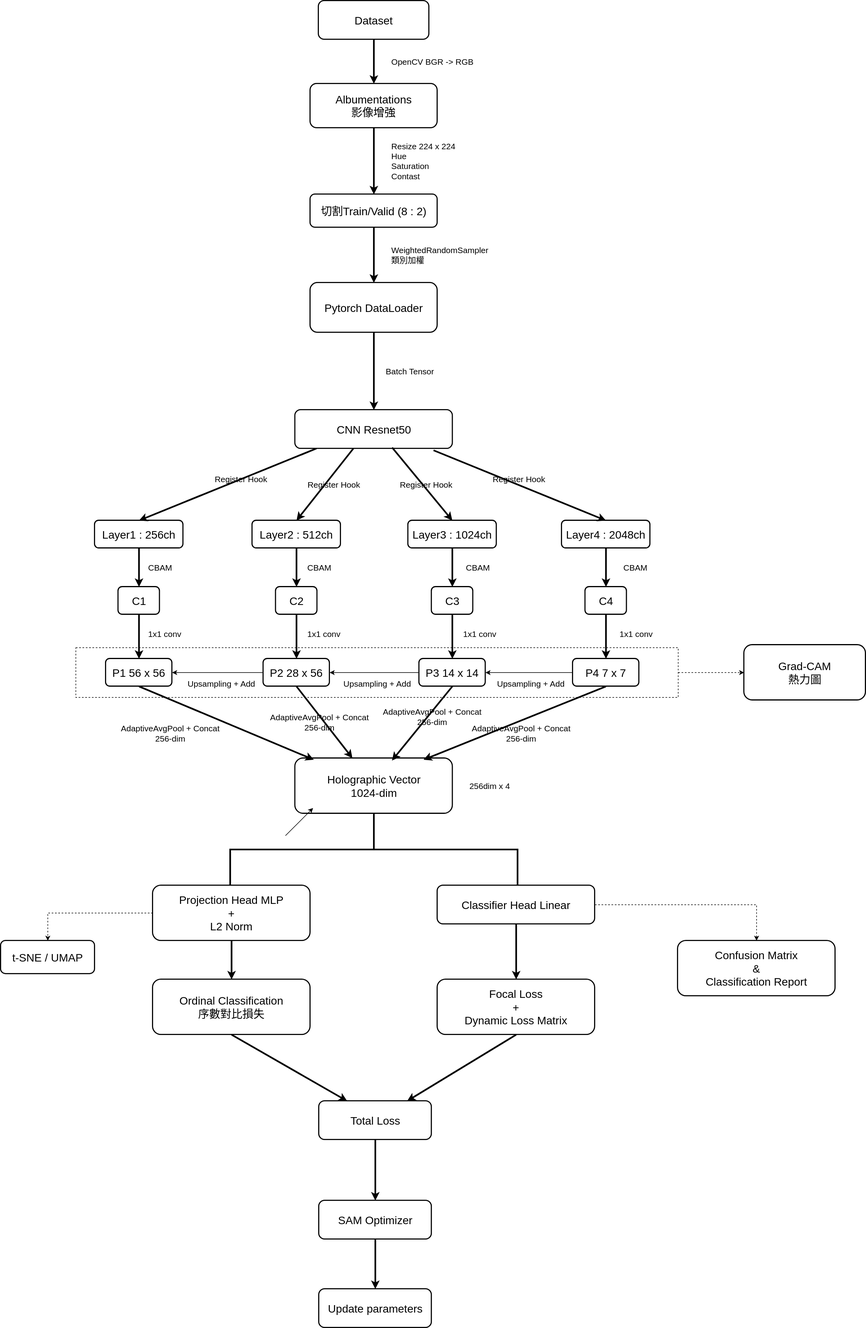
VicLiu12/Pressure-detection keeps this draw.io diagram as notebook/architecture.drawio.svg. Above is the earlier version. Source tidied: cells renumbered, new cells last; positions are measured from the earlier drawing's top-left corner, leaving out a move shared by most shapes.
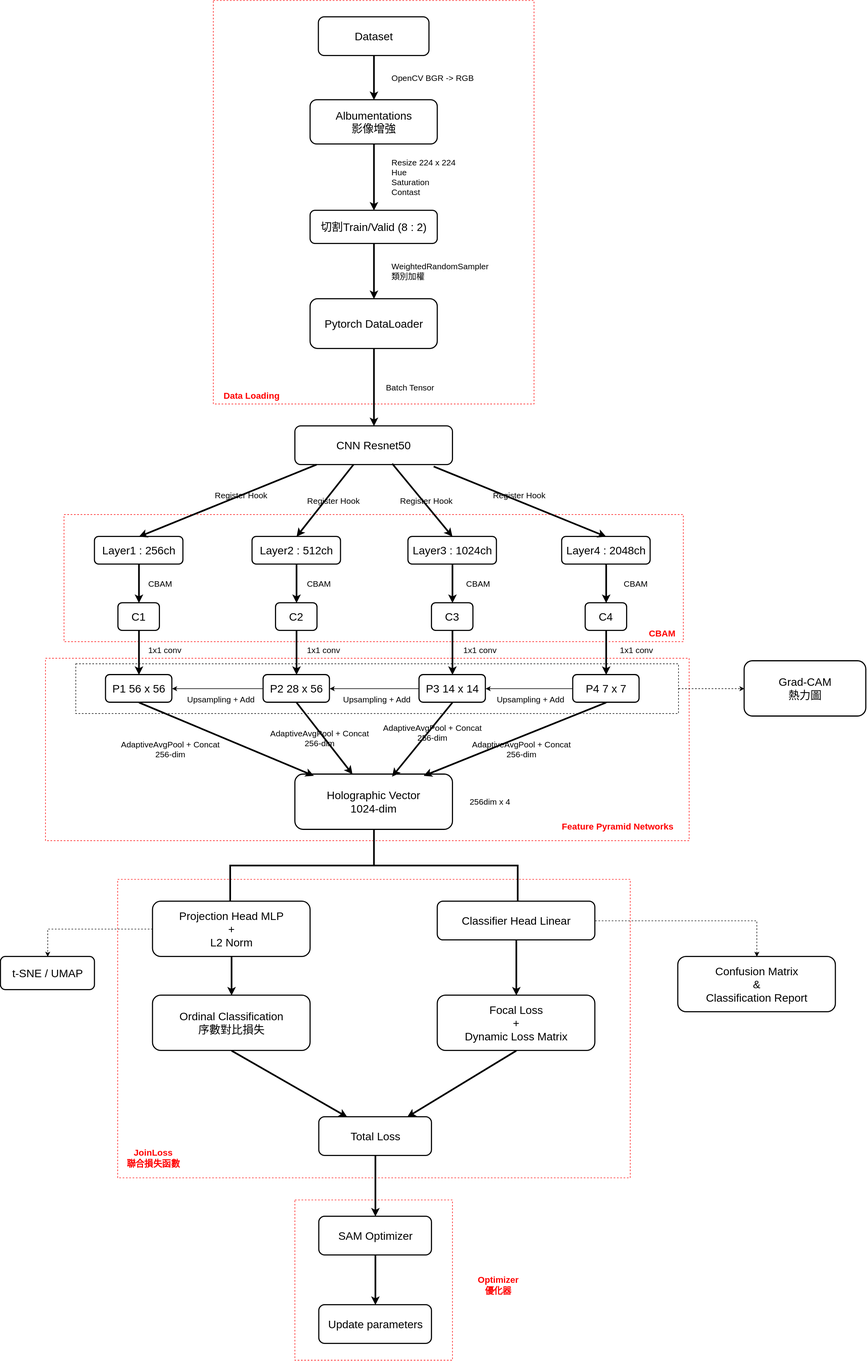
After the change.

What changed in the source:
```diff
@@ -2,6 +2,21 @@
   <root>
     <mxCell id="0" />
     <mxCell id="1" parent="0" />
+    <mxCell id="89" style="rounded=0;whiteSpace=wrap;html=1;dashed=1;fontColor=#FF0000;strokeColor=#FF0000;" parent="1" vertex="1">
+      <mxGeometry x="114.5" y="900" width="1120" height="230" as="geometry" />
+    </mxCell>
+    <mxCell id="90" style="rounded=0;whiteSpace=wrap;html=1;dashed=1;fontColor=#FF0000;strokeColor=#FF0000;" parent="1" vertex="1">
+      <mxGeometry x="384.5" y="-30" width="580" height="730" as="geometry" />
+    </mxCell>
+    <mxCell id="91" style="rounded=0;whiteSpace=wrap;html=1;dashed=1;fontColor=#FF0000;strokeColor=#FF0000;" parent="1" vertex="1">
+      <mxGeometry x="81" y="1160" width="1164" height="330" as="geometry" />
+    </mxCell>
+    <mxCell id="92" style="rounded=0;whiteSpace=wrap;html=1;dashed=1;fontColor=#FF0000;strokeColor=#FF0000;" parent="1" vertex="1">
+      <mxGeometry x="532" y="2140" width="285" height="290" as="geometry" />
+    </mxCell>
+    <mxCell id="93" style="rounded=0;whiteSpace=wrap;html=1;dashed=1;fontColor=#FF0000;strokeColor=#FF0000;" parent="1" vertex="1">
+      <mxGeometry x="211.5" y="1560" width="927" height="540" as="geometry" />
+    </mxCell>
     <mxCell id="2" style="edgeStyle=orthogonalEdgeStyle;rounded=0;jettySize=auto;html=1;entryX=0;entryY=0.5;entryDx=0;entryDy=0;dashed=1;" parent="1" edge="1" source="3" target="88">
       <mxGeometry relative="1" as="geometry" />
     </mxCell>
@@ -248,12 +263,6 @@
     <mxCell id="83" style="strokeWidth=3;html=1;shape=mxgraph.flowchart.annotation_2;align=left;labelPosition=right;rotation=90;" parent="1" vertex="1">
       <mxGeometry x="610" y="1275" width="130" height="520" as="geometry" />
     </mxCell>
-    <mxCell id="84" style="endArrow=classic;html=1;rounded=0;" parent="1" edge="1">
-      <mxGeometry relative="1" as="geometry">
-        <mxPoint x="515" y="1510" as="sourcePoint" />
-        <mxPoint x="565" y="1460" as="targetPoint" />
-      </mxGeometry>
-    </mxCell>
     <mxCell id="85" style="endArrow=classic;html=1;rounded=0;strokeWidth=1;exitX=0;exitY=0.5;exitDx=0;exitDy=0;entryX=0.5;entryY=0;entryDx=0;entryDy=0;dashed=1;" parent="1" edge="1" source="68" target="82">
       <mxGeometry relative="1" as="geometry">
         <Array as="points">
@@ -274,5 +283,20 @@
     <mxCell id="88" value="&lt;span style=&quot;font-size: 20px;&quot;&gt;Grad-CAM&lt;/span&gt;&lt;div&gt;&lt;span style=&quot;font-size: 20px;&quot;&gt;熱力圖&lt;/span&gt;&lt;/div&gt;" style="rounded=1;whiteSpace=wrap;html=1;strokeColor=default;align=center;verticalAlign=middle;fontFamily=Helvetica;fontSize=12;fontColor=default;fillColor=default;strokeWidth=2;" parent="1" vertex="1">
       <mxGeometry x="1345" y="1165" width="220" height="100" as="geometry" />
     </mxCell>
+    <mxCell id="94" value="JoinLoss&lt;div&gt;聯合損失函數&lt;/div&gt;" style="text;html=1;whiteSpace=wrap;strokeColor=none;fillColor=none;align=center;verticalAlign=middle;rounded=0;fontSize=16;fontColor=#FF0000;fontStyle=1;" parent="1" vertex="1">
+      <mxGeometry x="211.5" y="2050" width="130" height="30" as="geometry" />
+    </mxCell>
+    <mxCell id="95" value="Optimizer&lt;div&gt;優化器&lt;/div&gt;" style="text;html=1;whiteSpace=wrap;strokeColor=none;fillColor=none;align=center;verticalAlign=middle;rounded=0;fontSize=16;fontColor=#FF0000;fontStyle=1;" parent="1" vertex="1">
+      <mxGeometry x="835" y="2280" width="130" height="30" as="geometry" />
+    </mxCell>
+    <mxCell id="96" value="Feature Pyramid Networks" style="text;html=1;whiteSpace=wrap;strokeColor=none;fillColor=none;align=center;verticalAlign=middle;rounded=0;fontSize=16;fontColor=#FF0000;fontStyle=1;" parent="1" vertex="1">
+      <mxGeometry x="987.5" y="1450" width="257.5" height="30" as="geometry" />
+    </mxCell>
+    <mxCell id="97" value="Data Loading" style="text;html=1;whiteSpace=wrap;strokeColor=none;fillColor=none;align=center;verticalAlign=middle;rounded=0;fontSize=16;fontColor=#FF0000;fontStyle=1;" parent="1" vertex="1">
+      <mxGeometry x="384.5" y="670" width="140" height="30" as="geometry" />
+    </mxCell>
+    <mxCell id="98" value="CBAM" style="text;html=1;whiteSpace=wrap;strokeColor=none;fillColor=none;align=center;verticalAlign=middle;rounded=0;fontSize=16;fontColor=#FF0000;fontStyle=1;" parent="1" vertex="1">
+      <mxGeometry x="1159.5" y="1100" width="75" height="30" as="geometry" />
+    </mxCell>
   </root>
 </mxGraphModel>
```
